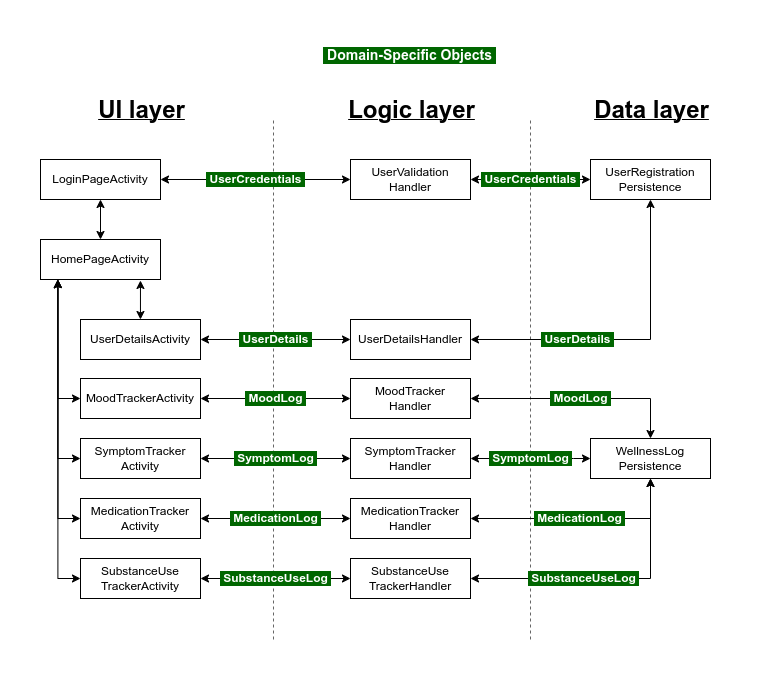
alveejawad/WellSync keeps this draw.io diagram as docs/architecture-1.png. Above is the earlier version. Source tidied: cells renumbered, new cells last; positions are measured from the earlier drawing's top-left corner, leaving out a move shared by most shapes.
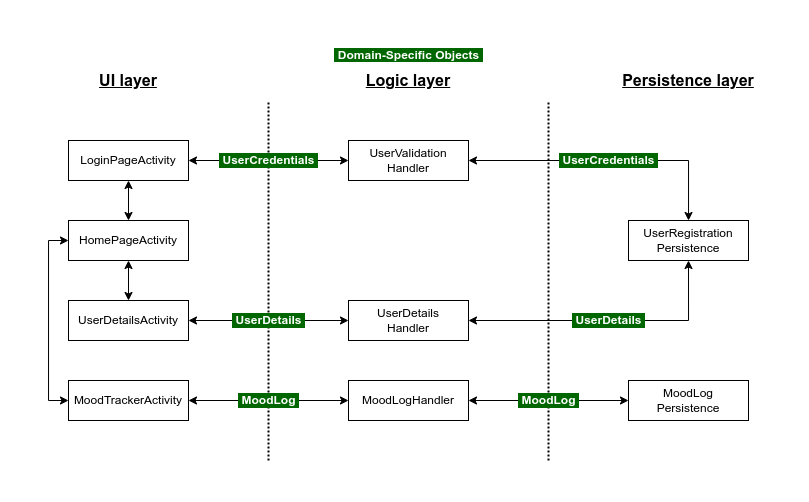
After the commit.

Commit message:
Simplify architecture diagram for iter1

Change to the diagram source:
```diff
@@ -2,133 +2,83 @@
   <root>
     <mxCell id="0" />
     <mxCell id="1" parent="0" />
-    <mxCell id="2" style="endArrow=none;dashed=1;html=1;rounded=0;labelBackgroundColor=default;strokeColor=#666666;strokeWidth=1;align=center;verticalAlign=middle;fontFamily=Helvetica;fontSize=11;fontColor=default;shape=connector;edgeStyle=orthogonalEdgeStyle;" parent="1" edge="1">
-      <mxGeometry relative="1" as="geometry">
-        <mxPoint x="233" y="599" as="sourcePoint" />
-        <mxPoint x="233" y="79" as="targetPoint" />
-      </mxGeometry>
-    </mxCell>
-    <mxCell id="3" style="endArrow=none;dashed=1;html=1;rounded=0;labelBackgroundColor=default;strokeColor=#666666;strokeWidth=1;align=center;verticalAlign=middle;fontFamily=Helvetica;fontSize=11;fontColor=default;shape=connector;edgeStyle=orthogonalEdgeStyle;" parent="1" edge="1">
-      <mxGeometry relative="1" as="geometry">
-        <mxPoint x="490" y="599" as="sourcePoint" />
-        <mxPoint x="490" y="79" as="targetPoint" />
-      </mxGeometry>
-    </mxCell>
+    <mxCell id="41" style="endArrow=none;dashed=1;html=1;dashPattern=1 1;strokeWidth=2;rounded=0;labelBackgroundColor=#006600;strokeColor=default;align=center;verticalAlign=middle;fontFamily=Helvetica;fontSize=12;fontColor=#FFFFFF;shape=connector;edgeStyle=orthogonalEdgeStyle;jumpSize=2;jumpStyle=none;endSize=3;startSize=3;" parent="1" edge="1">
+      <mxGeometry relative="1" as="geometry">
+        <mxPoint x="480" y="419" as="sourcePoint" />
+        <mxPoint x="480" y="59" as="targetPoint" />
+      </mxGeometry>
+    </mxCell>
+    <mxCell id="42" style="endArrow=none;dashed=1;html=1;dashPattern=1 1;strokeWidth=2;rounded=0;labelBackgroundColor=#006600;strokeColor=default;align=center;verticalAlign=middle;fontFamily=Helvetica;fontSize=12;fontColor=#FFFFFF;shape=connector;edgeStyle=orthogonalEdgeStyle;jumpSize=2;jumpStyle=none;endSize=3;startSize=3;" parent="1" edge="1">
+      <mxGeometry relative="1" as="geometry">
+        <mxPoint x="200" y="419" as="sourcePoint" />
+        <mxPoint x="200" y="59" as="targetPoint" />
+      </mxGeometry>
+    </mxCell>
+    <mxCell id="43" style="edgeStyle=orthogonalEdgeStyle;rounded=0;jettySize=auto;html=1;startArrow=classic;startFill=1;" parent="1" edge="1" source="5" target="7">
+      <mxGeometry relative="1" as="geometry" />
+    </mxCell>
-    <mxCell id="4" value="&amp;nbsp;UserCredentials&amp;nbsp;" style="edgeStyle=orthogonalEdgeStyle;shape=connector;rounded=0;jettySize=auto;html=1;exitX=1;exitY=0.5;exitDx=0;exitDy=0;labelBackgroundColor=#006600;strokeColor=default;strokeWidth=1;align=center;verticalAlign=middle;fontFamily=Helvetica;fontSize=12;fontColor=#FFFFFF;startArrow=classic;startFill=1;endArrow=classic;fontStyle=1;" parent="1" edge="1" source="5" target="21">
+    <mxCell id="4" value="&lt;b&gt;&amp;nbsp;UserCredentials&amp;nbsp;&lt;/b&gt;" style="edgeStyle=orthogonalEdgeStyle;shape=connector;rounded=0;jettySize=auto;html=1;exitX=1;exitY=0.5;exitDx=0;exitDy=0;labelBackgroundColor=#006600;strokeColor=default;align=center;verticalAlign=middle;fontFamily=Helvetica;fontSize=12;fontColor=#FFFFFF;startArrow=classic;startFill=1;endArrow=classic;" parent="1" edge="1" source="5" target="21">
       <mxGeometry relative="1" as="geometry" />
     </mxCell>
     <mxCell id="5" value="LoginPageActivity" style="rounded=0;whiteSpace=wrap;html=1;" parent="1" vertex="1">
-      <mxGeometry y="119" width="120" height="40" as="geometry" />
+      <mxGeometry y="99" width="120" height="40" as="geometry" />
     </mxCell>
-    <mxCell id="6" style="edgeStyle=orthogonalEdgeStyle;rounded=0;jettySize=auto;html=1;startArrow=classic;startFill=1;" parent="1" edge="1" source="7" target="5">
-      <mxGeometry relative="1" as="geometry" />
-    </mxCell>
+    <mxCell id="44" style="edgeStyle=orthogonalEdgeStyle;rounded=0;jettySize=auto;html=1;startArrow=classic;startFill=1;" parent="1" edge="1" source="7" target="37">
+      <mxGeometry relative="1" as="geometry" />
+    </mxCell>
     <mxCell id="7" value="HomePageActivity" style="rounded=0;whiteSpace=wrap;html=1;" parent="1" vertex="1">
-      <mxGeometry y="199" width="120" height="40" as="geometry" />
+      <mxGeometry y="179" width="120" height="40" as="geometry" />
     </mxCell>
-    <mxCell id="8" value="&amp;nbsp;MoodLog&amp;nbsp;" style="edgeStyle=orthogonalEdgeStyle;shape=connector;rounded=0;jettySize=auto;html=1;exitX=1;exitY=0.5;exitDx=0;exitDy=0;entryX=0;entryY=0.5;entryDx=0;entryDy=0;labelBackgroundColor=#006600;strokeColor=default;strokeWidth=1;align=center;verticalAlign=middle;fontFamily=Helvetica;fontSize=12;fontColor=#FFFFFF;startArrow=classic;startFill=1;endArrow=classic;fontStyle=1;" parent="1" edge="1" source="9" target="22">
-      <mxGeometry relative="1" as="geometry" />
-    </mxCell>
+    <mxCell id="45" value="&lt;b&gt;&amp;nbsp;UserDetails&amp;nbsp;&lt;/b&gt;" style="edgeStyle=orthogonalEdgeStyle;shape=connector;rounded=0;jettySize=auto;html=1;exitX=1;exitY=0.5;exitDx=0;exitDy=0;entryX=0;entryY=0.5;entryDx=0;entryDy=0;labelBackgroundColor=#006600;strokeColor=default;align=center;verticalAlign=middle;fontFamily=Helvetica;fontSize=12;fontColor=#FFFFFF;startArrow=classic;startFill=1;endArrow=classic;" parent="1" edge="1" source="37" target="48">
+      <mxGeometry relative="1" as="geometry" />
+    </mxCell>
+    <mxCell id="37" value="UserDetailsActivity" style="rounded=0;whiteSpace=wrap;html=1;" parent="1" vertex="1">
+      <mxGeometry y="259" width="120" height="40" as="geometry" />
+    </mxCell>
+    <mxCell id="17" style="edgeStyle=orthogonalEdgeStyle;rounded=0;jettySize=auto;html=1;exitX=0;exitY=0.5;exitDx=0;exitDy=0;entryX=0;entryY=0.5;entryDx=0;entryDy=0;startArrow=classic;startFill=1;" parent="1" edge="1" source="9" target="7">
+      <mxGeometry relative="1" as="geometry" />
+    </mxCell>
+    <mxCell id="46" value="&amp;nbsp;MoodLog&amp;nbsp;" style="edgeStyle=orthogonalEdgeStyle;shape=connector;rounded=0;jettySize=auto;html=1;exitX=1;exitY=0.5;exitDx=0;exitDy=0;entryX=0;entryY=0.5;entryDx=0;entryDy=0;labelBackgroundColor=#006600;strokeColor=default;align=center;verticalAlign=middle;fontFamily=Helvetica;fontSize=12;fontColor=#FFFFFF;startArrow=classic;startFill=1;endArrow=classic;fontStyle=1;" parent="1" edge="1" source="9" target="50">
+      <mxGeometry relative="1" as="geometry" />
+    </mxCell>
     <mxCell id="9" value="MoodTrackerActivity" style="rounded=0;whiteSpace=wrap;html=1;" parent="1" vertex="1">
-      <mxGeometry x="40" y="338" width="120" height="40" as="geometry" />
+      <mxGeometry y="339" width="120" height="40" as="geometry" />
     </mxCell>
-    <mxCell id="10" value="&amp;nbsp;SymptomLog&amp;nbsp;" style="edgeStyle=orthogonalEdgeStyle;shape=connector;rounded=0;jettySize=auto;html=1;exitX=1;exitY=0.5;exitDx=0;exitDy=0;labelBackgroundColor=#006600;strokeColor=default;strokeWidth=1;align=center;verticalAlign=middle;fontFamily=Helvetica;fontSize=12;fontColor=#FFFFFF;startArrow=classic;startFill=1;endArrow=classic;fontStyle=1;" parent="1" edge="1" source="11" target="24">
-      <mxGeometry relative="1" as="geometry" />
-    </mxCell>
-    <mxCell id="11" value="SymptomTracker&lt;br&gt;Activity" style="rounded=0;whiteSpace=wrap;html=1;" parent="1" vertex="1">
-      <mxGeometry x="40" y="398" width="120" height="40" as="geometry" />
-    </mxCell>
-    <mxCell id="12" value="&amp;nbsp;MedicationLog&amp;nbsp;" style="edgeStyle=orthogonalEdgeStyle;shape=connector;rounded=0;jettySize=auto;html=1;exitX=1;exitY=0.5;exitDx=0;exitDy=0;entryX=0;entryY=0.5;entryDx=0;entryDy=0;labelBackgroundColor=#006600;strokeColor=default;strokeWidth=1;align=center;verticalAlign=middle;fontFamily=Helvetica;fontSize=12;fontColor=#FFFFFF;startArrow=classic;startFill=1;endArrow=classic;fontStyle=1;" parent="1" edge="1" source="13" target="26">
-      <mxGeometry relative="1" as="geometry" />
-    </mxCell>
-    <mxCell id="13" value="MedicationTracker&lt;br&gt;Activity" style="rounded=0;whiteSpace=wrap;html=1;" parent="1" vertex="1">
-      <mxGeometry x="40" y="458" width="120" height="40" as="geometry" />
-    </mxCell>
-    <mxCell id="14" style="edgeStyle=orthogonalEdgeStyle;rounded=0;jettySize=auto;html=1;exitX=0;exitY=0.5;exitDx=0;exitDy=0;startArrow=classic;startFill=1;entryX=0.145;entryY=1.004;entryDx=0;entryDy=0;entryPerimeter=0;" parent="1" edge="1" source="16" target="7">
-      <mxGeometry relative="1" as="geometry" />
-    </mxCell>
-    <mxCell id="15" value="&amp;nbsp;SubstanceUseLog&amp;nbsp;" style="edgeStyle=orthogonalEdgeStyle;shape=connector;rounded=0;jettySize=auto;html=1;exitX=1;exitY=0.5;exitDx=0;exitDy=0;entryX=0;entryY=0.5;entryDx=0;entryDy=0;labelBackgroundColor=#006600;strokeColor=default;strokeWidth=1;align=center;verticalAlign=middle;fontFamily=Helvetica;fontSize=12;fontColor=#FFFFFF;startArrow=classic;startFill=1;endArrow=classic;fontStyle=1;" parent="1" edge="1" source="16" target="27">
-      <mxGeometry relative="1" as="geometry" />
-    </mxCell>
-    <mxCell id="16" value="SubstanceUse&lt;br&gt;TrackerActivity" style="rounded=0;whiteSpace=wrap;html=1;" parent="1" vertex="1">
-      <mxGeometry x="40" y="518" width="120" height="40" as="geometry" />
-    </mxCell>
-    <mxCell id="17" style="edgeStyle=orthogonalEdgeStyle;rounded=0;jettySize=auto;html=1;exitX=0;exitY=0.5;exitDx=0;exitDy=0;entryX=0.145;entryY=1.003;entryDx=0;entryDy=0;entryPerimeter=0;startArrow=classic;startFill=1;strokeWidth=1;" parent="1" edge="1" source="9" target="7">
-      <mxGeometry relative="1" as="geometry" />
-    </mxCell>
-    <mxCell id="18" style="edgeStyle=orthogonalEdgeStyle;rounded=0;jettySize=auto;html=1;exitX=0;exitY=0.5;exitDx=0;exitDy=0;entryX=0.144;entryY=1.004;entryDx=0;entryDy=0;entryPerimeter=0;startArrow=classic;startFill=1;" parent="1" edge="1" source="11" target="7">
-      <mxGeometry relative="1" as="geometry" />
-    </mxCell>
-    <mxCell id="19" style="edgeStyle=orthogonalEdgeStyle;rounded=0;jettySize=auto;html=1;exitX=0;exitY=0.5;exitDx=0;exitDy=0;entryX=0.145;entryY=1;entryDx=0;entryDy=0;entryPerimeter=0;startArrow=classic;startFill=1;" parent="1" edge="1" source="13" target="7">
-      <mxGeometry relative="1" as="geometry" />
-    </mxCell>
-    <mxCell id="20" value="&amp;nbsp;UserCredentials&amp;nbsp;" style="edgeStyle=orthogonalEdgeStyle;shape=connector;rounded=0;jettySize=auto;html=1;exitX=1;exitY=0.5;exitDx=0;exitDy=0;labelBackgroundColor=#006600;strokeColor=default;strokeWidth=1;align=center;verticalAlign=middle;fontFamily=Helvetica;fontSize=12;fontColor=#FFFFFF;startArrow=classic;startFill=1;endArrow=classic;fontStyle=1;" parent="1" edge="1" source="21" target="31">
+    <mxCell id="20" value="&lt;b&gt;&amp;nbsp;UserCredentials&amp;nbsp;&lt;/b&gt;" style="edgeStyle=orthogonalEdgeStyle;shape=connector;rounded=0;jettySize=auto;html=1;exitX=1;exitY=0.5;exitDx=0;exitDy=0;labelBackgroundColor=#006600;strokeColor=default;align=center;verticalAlign=middle;fontFamily=Helvetica;fontSize=12;fontColor=#FFFFFF;startArrow=classic;startFill=1;endArrow=classic;" parent="1" edge="1" source="21" target="31">
       <mxGeometry relative="1" as="geometry" />
     </mxCell>
     <mxCell id="21" value="UserValidation&lt;br&gt;Handler" style="rounded=0;whiteSpace=wrap;html=1;" parent="1" vertex="1">
-      <mxGeometry x="310" y="119" width="120" height="40" as="geometry" />
+      <mxGeometry x="280" y="99" width="120" height="40" as="geometry" />
     </mxCell>
-    <mxCell id="22" value="MoodTracker&lt;br&gt;Handler" style="rounded=0;whiteSpace=wrap;html=1;" parent="1" vertex="1">
-      <mxGeometry x="310" y="338" width="120" height="40" as="geometry" />
-    </mxCell>
-    <mxCell id="23" value="&amp;nbsp;SymptomLog&amp;nbsp;" style="edgeStyle=orthogonalEdgeStyle;shape=connector;rounded=0;jettySize=auto;html=1;exitX=1;exitY=0.5;exitDx=0;exitDy=0;entryX=0;entryY=0.5;entryDx=0;entryDy=0;labelBackgroundColor=#006600;strokeColor=default;strokeWidth=1;align=center;verticalAlign=middle;fontFamily=Helvetica;fontSize=12;fontColor=#FFFFFF;startArrow=classic;startFill=1;endArrow=classic;fontStyle=1;" parent="1" edge="1" source="24" target="29">
-      <mxGeometry relative="1" as="geometry">
-        <Array as="points">
-          <mxPoint x="533" y="418" />
-          <mxPoint x="533" y="418" />
-        </Array>
-      </mxGeometry>
-    </mxCell>
-    <mxCell id="24" value="SymptomTracker&lt;br&gt;Handler" style="rounded=0;whiteSpace=wrap;html=1;" parent="1" vertex="1">
-      <mxGeometry x="310" y="398" width="120" height="40" as="geometry" />
-    </mxCell>
-    <mxCell id="25" value="&amp;nbsp;MedicationLog&amp;nbsp;" style="edgeStyle=orthogonalEdgeStyle;shape=connector;rounded=0;jettySize=auto;html=1;exitX=1;exitY=0.5;exitDx=0;exitDy=0;entryX=0.5;entryY=1;entryDx=0;entryDy=0;labelBackgroundColor=#006600;strokeColor=default;strokeWidth=1;align=center;verticalAlign=middle;fontFamily=Helvetica;fontSize=12;fontColor=#FFFFFF;startArrow=classic;startFill=1;endArrow=classic;fontStyle=1;" parent="1" edge="1" source="26" target="29">
-      <mxGeometry x="-0.01" relative="1" as="geometry" />
-    </mxCell>
-    <mxCell id="26" value="MedicationTracker&lt;br&gt;Handler" style="rounded=0;whiteSpace=wrap;html=1;" parent="1" vertex="1">
-      <mxGeometry x="310" y="458" width="120" height="40" as="geometry" />
-    </mxCell>
-    <mxCell id="27" value="SubstanceUse&lt;br&gt;TrackerHandler" style="rounded=0;whiteSpace=wrap;html=1;" parent="1" vertex="1">
-      <mxGeometry x="310" y="518" width="120" height="40" as="geometry" />
-    </mxCell>
-    <mxCell id="28" value="&amp;nbsp;MoodLog&amp;nbsp;" style="edgeStyle=orthogonalEdgeStyle;shape=connector;rounded=0;jettySize=auto;html=1;exitX=0.5;exitY=0;exitDx=0;exitDy=0;entryX=1;entryY=0.5;entryDx=0;entryDy=0;labelBackgroundColor=#006600;strokeColor=default;strokeWidth=1;align=center;verticalAlign=middle;fontFamily=Helvetica;fontSize=12;fontColor=#FFFFFF;startArrow=classic;startFill=1;endArrow=classic;fontStyle=1;" parent="1" edge="1" source="29" target="22">
-      <mxGeometry relative="1" as="geometry" />
-    </mxCell>
-    <mxCell id="29" value="WellnessLog&lt;br&gt;Persistence" style="rounded=0;whiteSpace=wrap;html=1;" parent="1" vertex="1">
-      <mxGeometry x="550" y="398" width="120" height="40" as="geometry" />
-    </mxCell>
-    <mxCell id="30" value="&amp;nbsp;SubstanceUseLog&amp;nbsp;" style="edgeStyle=orthogonalEdgeStyle;shape=connector;rounded=0;jettySize=auto;html=1;exitX=0.5;exitY=1;exitDx=0;exitDy=0;entryX=1;entryY=0.5;entryDx=0;entryDy=0;labelBackgroundColor=#006600;strokeColor=default;strokeWidth=1;align=center;verticalAlign=middle;fontFamily=Helvetica;fontSize=12;fontColor=#FFFFFF;startArrow=classic;startFill=1;endArrow=classic;fontStyle=1;" parent="1" edge="1" source="29" target="27">
-      <mxGeometry x="0.19" relative="1" as="geometry" />
-    </mxCell>
+    <mxCell id="47" value="&lt;b&gt;&amp;nbsp;UserDetails&amp;nbsp;&lt;/b&gt;" style="edgeStyle=orthogonalEdgeStyle;shape=connector;rounded=0;jettySize=auto;html=1;exitX=1;exitY=0.5;exitDx=0;exitDy=0;entryX=0.5;entryY=1;entryDx=0;entryDy=0;labelBackgroundColor=#006600;strokeColor=default;align=center;verticalAlign=middle;fontFamily=Helvetica;fontSize=12;fontColor=#FFFFFF;startArrow=classic;startFill=1;endArrow=classic;" parent="1" edge="1" source="48" target="31">
+      <mxGeometry relative="1" as="geometry" />
+    </mxCell>
+    <mxCell id="48" value="UserDetails&lt;br&gt;Handler" style="rounded=0;whiteSpace=wrap;html=1;" parent="1" vertex="1">
+      <mxGeometry x="280" y="259" width="120" height="40" as="geometry" />
+    </mxCell>
+    <mxCell id="49" value="&amp;nbsp;MoodLog&amp;nbsp;" style="edgeStyle=orthogonalEdgeStyle;shape=connector;rounded=0;jettySize=auto;html=1;exitX=1;exitY=0.5;exitDx=0;exitDy=0;labelBackgroundColor=#006600;strokeColor=default;align=center;verticalAlign=middle;fontFamily=Helvetica;fontSize=12;fontColor=#FFFFFF;startArrow=classic;startFill=1;endArrow=classic;fontStyle=1;" parent="1" edge="1" source="50" target="51">
+      <mxGeometry relative="1" as="geometry" />
+    </mxCell>
+    <mxCell id="50" value="MoodLogHandler" style="rounded=0;whiteSpace=wrap;html=1;" parent="1" vertex="1">
+      <mxGeometry x="280" y="339" width="120" height="40" as="geometry" />
+    </mxCell>
     <mxCell id="31" value="UserRegistration&lt;br&gt;Persistence" style="rounded=0;whiteSpace=wrap;html=1;" parent="1" vertex="1">
-      <mxGeometry x="550" y="119" width="120" height="40" as="geometry" />
+      <mxGeometry x="560" y="179" width="120" height="40" as="geometry" />
     </mxCell>
+    <mxCell id="51" value="MoodLog&lt;br&gt;Persistence" style="rounded=0;whiteSpace=wrap;html=1;" parent="1" vertex="1">
+      <mxGeometry x="560" y="339" width="120" height="40" as="geometry" />
+    </mxCell>
-    <mxCell id="32" value="&lt;font style=&quot;font-size: 24px;&quot;&gt;&lt;b&gt;UI layer&lt;/b&gt;&lt;/font&gt;" style="text;html=1;align=center;verticalAlign=middle;strokeColor=none;fillColor=none;fontSize=11;fontFamily=Helvetica;fontColor=default;fontStyle=4;" parent="1" vertex="1">
-      <mxGeometry x="48" y="49" width="105" height="41" as="geometry" />
+    <mxCell id="32" value="UI layer" style="text;html=1;strokeColor=none;fillColor=none;align=center;verticalAlign=middle;whiteSpace=wrap;rounded=0;fontSize=16;fontFamily=Helvetica;fontColor=#000000;fontStyle=5;" parent="1" vertex="1">
+      <mxGeometry y="19" width="120" height="40" as="geometry" />
     </mxCell>
-    <mxCell id="33" value="&lt;font style=&quot;font-size: 24px;&quot;&gt;&lt;b&gt;Logic layer&lt;/b&gt;&lt;/font&gt;" style="text;html=1;align=center;verticalAlign=middle;strokeColor=none;fillColor=none;fontSize=11;fontFamily=Helvetica;fontColor=default;fontStyle=4;" parent="1" vertex="1">
-      <mxGeometry x="298" y="49" width="145" height="41" as="geometry" />
+    <mxCell id="33" value="Logic layer" style="text;html=1;strokeColor=none;fillColor=none;align=center;verticalAlign=middle;whiteSpace=wrap;rounded=0;fontSize=16;fontFamily=Helvetica;fontColor=#000000;fontStyle=5;" parent="1" vertex="1">
+      <mxGeometry x="280" y="19" width="120" height="40" as="geometry" />
     </mxCell>
-    <mxCell id="34" value="&lt;span style=&quot;font-size: 24px;&quot;&gt;&lt;b&gt;Data layer&lt;/b&gt;&lt;/span&gt;" style="text;html=1;align=center;verticalAlign=middle;strokeColor=none;fillColor=none;fontSize=11;fontFamily=Helvetica;fontColor=default;fontStyle=4;" parent="1" vertex="1">
-      <mxGeometry x="544" y="49" width="133" height="41" as="geometry" />
-    </mxCell>
-    <mxCell id="35" style="edgeStyle=orthogonalEdgeStyle;shape=connector;rounded=0;jettySize=auto;html=1;labelBackgroundColor=default;strokeColor=default;strokeWidth=1;align=center;verticalAlign=middle;fontFamily=Helvetica;fontSize=11;fontColor=default;startArrow=classic;startFill=1;endArrow=classic;entryX=0.833;entryY=1.025;entryDx=0;entryDy=0;entryPerimeter=0;" parent="1" edge="1" source="37" target="7">
-      <mxGeometry relative="1" as="geometry" />
-    </mxCell>
-    <mxCell id="36" value="&amp;nbsp;UserDetails&amp;nbsp;" style="edgeStyle=orthogonalEdgeStyle;shape=connector;rounded=0;jettySize=auto;html=1;exitX=1;exitY=0.5;exitDx=0;exitDy=0;labelBackgroundColor=#006600;strokeColor=default;strokeWidth=1;align=center;verticalAlign=middle;fontFamily=Helvetica;fontSize=12;fontColor=#FFFFFF;startArrow=classic;startFill=1;endArrow=classic;fontStyle=1;" parent="1" edge="1" source="37" target="39">
-      <mxGeometry relative="1" as="geometry" />
-    </mxCell>
-    <mxCell id="37" value="UserDetailsActivity" style="rounded=0;whiteSpace=wrap;html=1;" parent="1" vertex="1">
-      <mxGeometry x="40" y="279" width="120" height="40" as="geometry" />
-    </mxCell>
-    <mxCell id="38" value="&amp;nbsp;UserDetails&amp;nbsp;" style="edgeStyle=orthogonalEdgeStyle;shape=connector;rounded=0;jettySize=auto;html=1;exitX=1;exitY=0.5;exitDx=0;exitDy=0;entryX=0.5;entryY=1;entryDx=0;entryDy=0;labelBackgroundColor=#006600;strokeColor=default;strokeWidth=1;align=center;verticalAlign=middle;fontFamily=Helvetica;fontSize=12;fontColor=#FFFFFF;startArrow=classic;startFill=1;endArrow=classic;fontStyle=1;" parent="1" edge="1" source="39" target="31">
-      <mxGeometry x="-0.33" relative="1" as="geometry" />
-    </mxCell>
-    <mxCell id="39" value="UserDetailsHandler" style="rounded=0;whiteSpace=wrap;html=1;" parent="1" vertex="1">
-      <mxGeometry x="310" y="279" width="120" height="40" as="geometry" />
-    </mxCell>
+    <mxCell id="52" value="Persistence layer" style="text;html=1;strokeColor=none;fillColor=none;align=center;verticalAlign=middle;whiteSpace=wrap;rounded=0;fontSize=16;fontFamily=Helvetica;fontColor=#000000;fontStyle=5;" parent="1" vertex="1">
+      <mxGeometry x="540" y="19" width="160" height="40" as="geometry" />
+    </mxCell>
-    <mxCell id="40" value="&amp;nbsp;Domain-Specific Objects&amp;nbsp;" style="text;html=1;align=center;verticalAlign=middle;strokeColor=none;fillColor=none;labelBackgroundColor=#006600;endArrow=classic;rounded=0;fontColor=#FFFFFF;strokeWidth=1;startArrow=classic;startFill=1;fontStyle=1;fontSize=14;" parent="1" vertex="1">
-      <mxGeometry x="273" width="191" height="29" as="geometry" />
+    <mxCell id="40" value="&lt;span style=&quot;background-color: rgb(0, 102, 0);&quot;&gt;&lt;b&gt;&amp;nbsp;Domain-Specific Objects&amp;nbsp;&lt;/b&gt;&lt;/span&gt;" style="text;html=1;align=center;verticalAlign=middle;strokeColor=none;fillColor=none;fontSize=12;fontFamily=Helvetica;fontColor=#FFFFFF;" parent="1" vertex="1">
+      <mxGeometry x="255" y="-1" width="170" height="30" as="geometry" />
     </mxCell>
   </root>
 </mxGraphModel>
```
